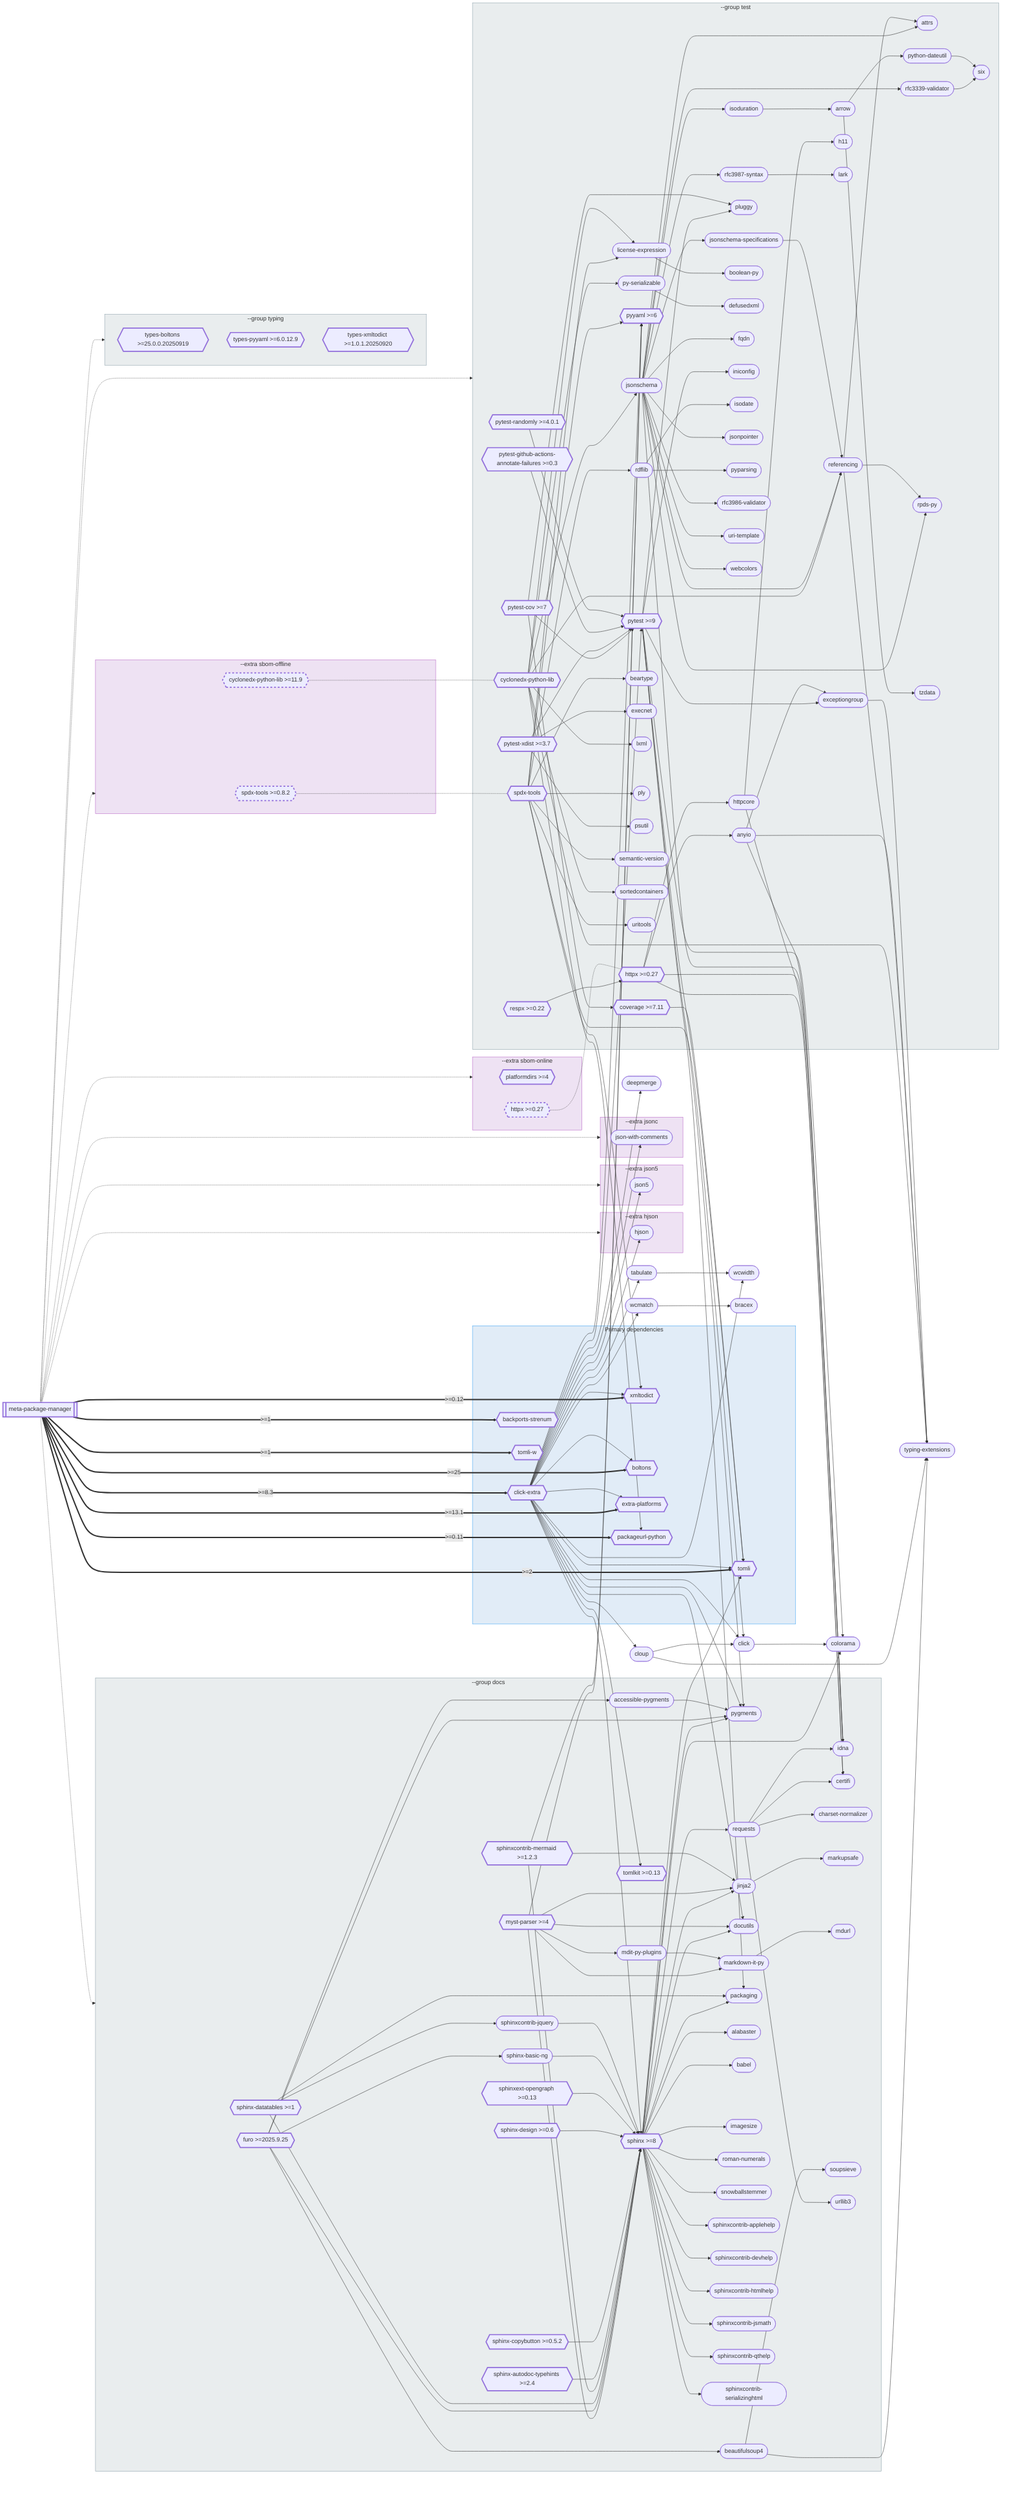
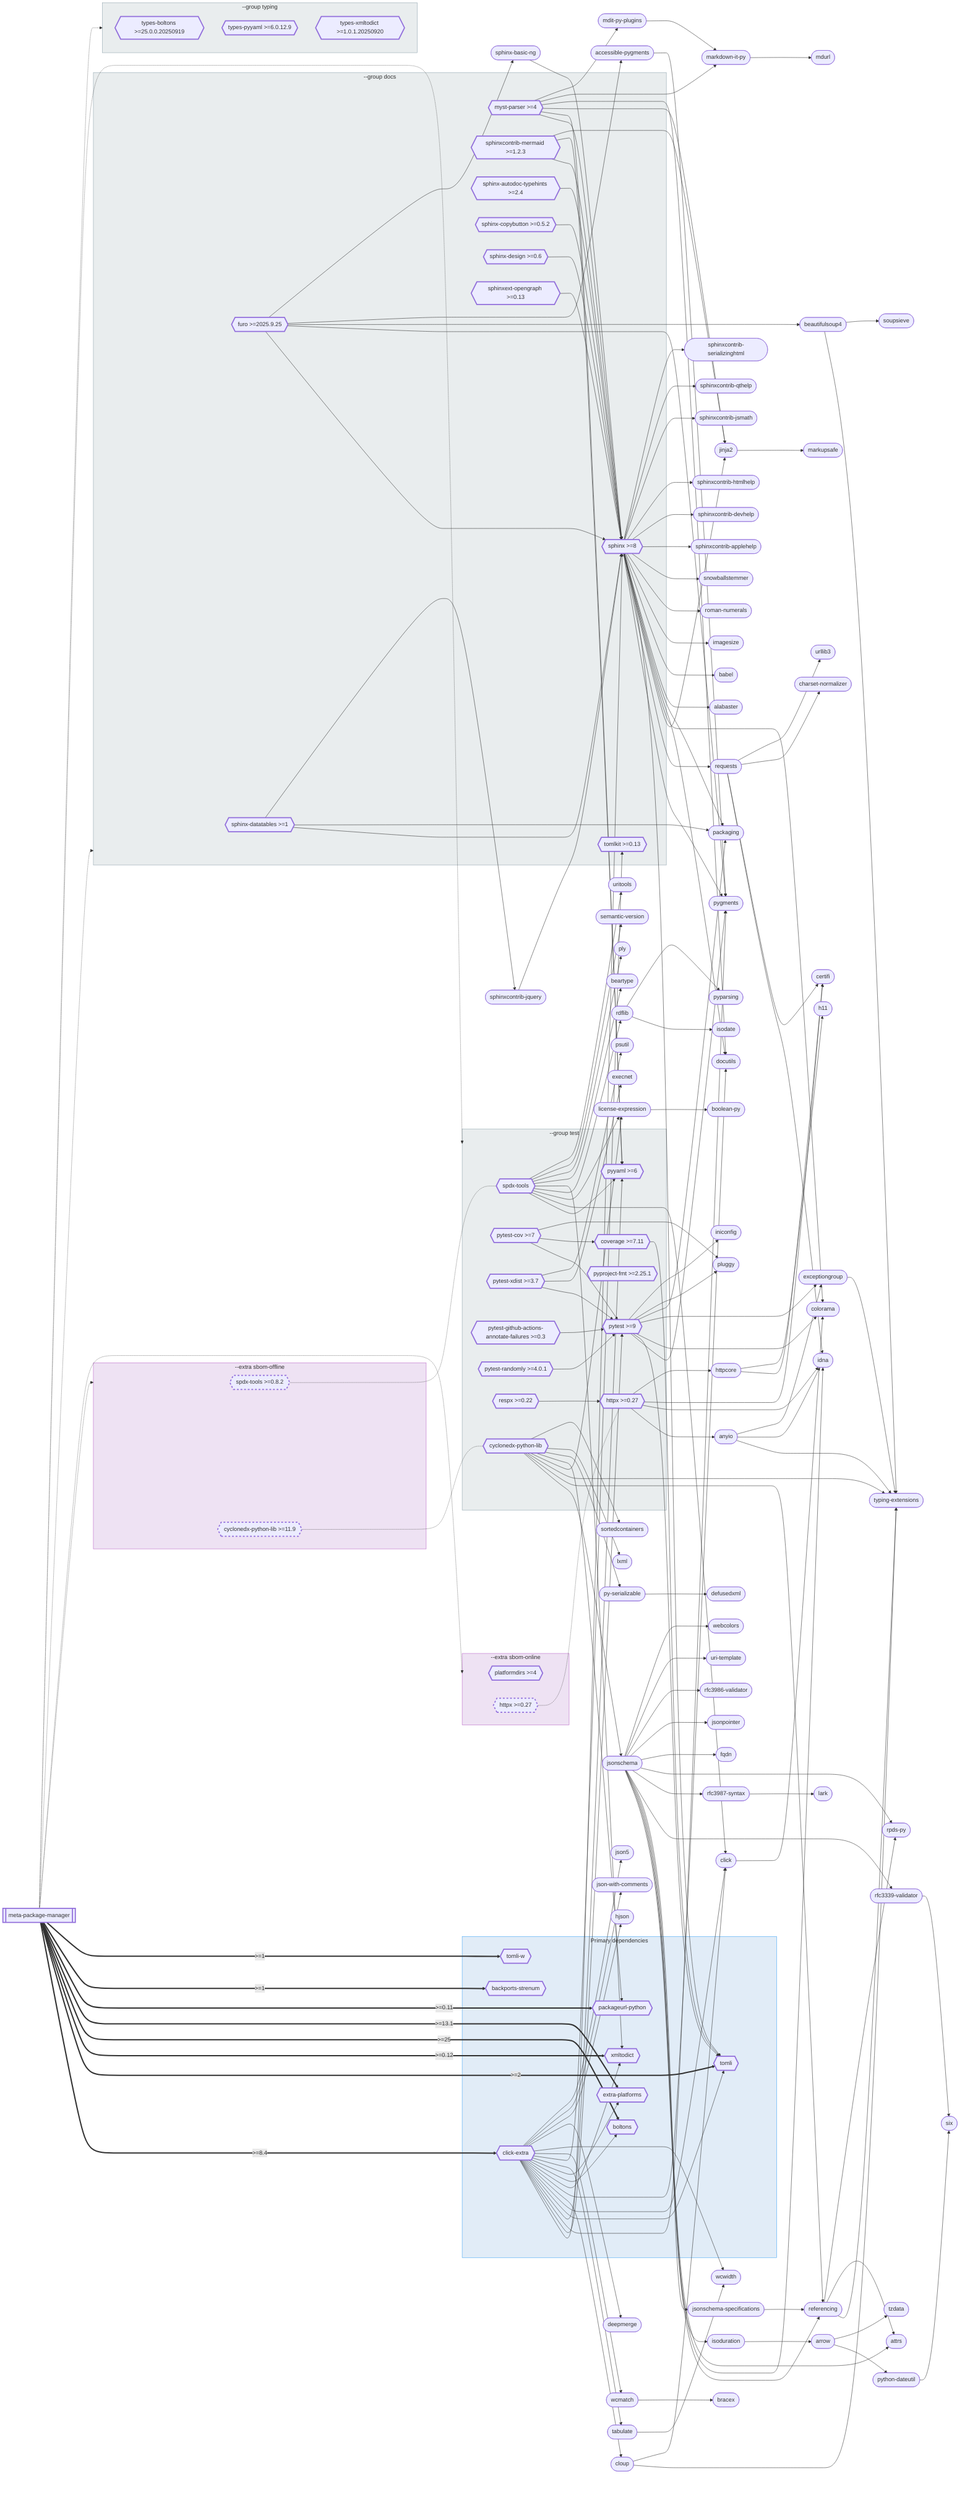
flowchart LR
    meta_package_manager[["`meta-package-manager`"]]

    subgraph primary-deps [Primary dependencies]
        click_extra{{"`click-extra`"}}
        tomli{{"`tomli`"}}
        xmltodict{{"`xmltodict`"}}
        boltons{{"`boltons`"}}
        extra_platforms{{"`extra-platforms`"}}
        packageurl_python{{"`packageurl-python`"}}
        backports_strenum{{"`backports-strenum`"}}
        tomli_w{{"`tomli-w`"}}
    end

+     jsonschema(["`jsonschema`"])
+     referencing(["`referencing`"])
    typing_extensions(["`typing-extensions`"])
+     pygments(["`pygments`"])
+     requests(["`requests`"])
+     anyio(["`anyio`"])
    click_0(["`click`"])
+     idna(["`idna`"])
+     jinja2(["`jinja2`"])
+     arrow(["`arrow`"])
+     beautifulsoup4(["`beautifulsoup4`"])
+     certifi(["`certifi`"])
    cloup(["`cloup`"])
    colorama(["`colorama`"])
+     docutils(["`docutils`"])
+     exceptiongroup(["`exceptiongroup`"])
+     httpcore(["`httpcore`"])
+     license_expression(["`license-expression`"])
+     markdown_it_py(["`markdown-it-py`"])
+     packaging(["`packaging`"])
+     rdflib(["`rdflib`"])
+     accessible_pygments(["`accessible-pygments`"])
+     attrs(["`attrs`"])
+     isoduration(["`isoduration`"])
+     jsonschema_specifications(["`jsonschema-specifications`"])
+     mdit_py_plugins(["`mdit-py-plugins`"])
+     pluggy(["`pluggy`"])
+     py_serializable(["`py-serializable`"])
+     python_dateutil(["`python-dateutil`"])
+     rfc3339_validator(["`rfc3339-validator`"])
+     rfc3987_syntax(["`rfc3987-syntax`"])
+     rpds_py(["`rpds-py`"])
+     six(["`six`"])
+     sphinx_basic_ng(["`sphinx-basic-ng`"])
+     sphinxcontrib_jquery(["`sphinxcontrib-jquery`"])
    tabulate(["`tabulate`"])
    wcmatch(["`wcmatch`"])
    wcwidth(["`wcwidth`"])
+     alabaster(["`alabaster`"])
+     babel(["`babel`"])
+     beartype(["`beartype`"])
+     boolean_py(["`boolean-py`"])
    bracex(["`bracex`"])
+     charset_normalizer(["`charset-normalizer`"])
    deepmerge(["`deepmerge`"])
- 
-     subgraph ext_hjson [--extra hjson]
-         hjson(["`hjson`"])
-     end
- 
-     subgraph ext_json5 [--extra json5]
-         json5(["`json5`"])
-     end
- 
-     subgraph ext_jsonc [--extra jsonc]
-         json_with_comments(["`json-with-comments`"])
-     end
+     defusedxml(["`defusedxml`"])
+     execnet(["`execnet`"])
+     fqdn(["`fqdn`"])
+     h11(["`h11`"])
+     hjson(["`hjson`"])
+     imagesize(["`imagesize`"])
+     iniconfig(["`iniconfig`"])
+     isodate(["`isodate`"])
+     json_with_comments(["`json-with-comments`"])
+     json5(["`json5`"])
+     jsonpointer(["`jsonpointer`"])
+     lark(["`lark`"])
+     lxml(["`lxml`"])
+     markupsafe(["`markupsafe`"])
+     mdurl(["`mdurl`"])
+     ply(["`ply`"])
+     psutil(["`psutil`"])
+     pyparsing(["`pyparsing`"])
+     rfc3986_validator(["`rfc3986-validator`"])
+     roman_numerals(["`roman-numerals`"])
+     semantic_version(["`semantic-version`"])
+     snowballstemmer(["`snowballstemmer`"])
+     sortedcontainers(["`sortedcontainers`"])
+     soupsieve(["`soupsieve`"])
+     sphinxcontrib_applehelp(["`sphinxcontrib-applehelp`"])
+     sphinxcontrib_devhelp(["`sphinxcontrib-devhelp`"])
+     sphinxcontrib_htmlhelp(["`sphinxcontrib-htmlhelp`"])
+     sphinxcontrib_jsmath(["`sphinxcontrib-jsmath`"])
+     sphinxcontrib_qthelp(["`sphinxcontrib-qthelp`"])
+     sphinxcontrib_serializinghtml(["`sphinxcontrib-serializinghtml`"])
+     tzdata(["`tzdata`"])
+     uri_template(["`uri-template`"])
+     uritools(["`uritools`"])
+     urllib3(["`urllib3`"])
+     webcolors(["`webcolors`"])

    subgraph ext_sbom-offline [--extra sbom-offline]
        ext_sbom-offline_spdx_tools{{"`spdx-tools >=0.8.2`"}}
        ext_sbom-offline_cyclonedx_python_lib{{"`cyclonedx-python-lib >=11.9`"}}
    end

    subgraph ext_sbom-online [--extra sbom-online]
        platformdirs{{"`platformdirs >=4`"}}
        ext_sbom-online_httpx{{"`httpx >=0.27`"}}
    end

    subgraph grp_docs [--group docs]
        sphinx{{"`sphinx >=8`"}}
        myst_parser{{"`myst-parser >=4`"}}
        furo{{"`furo >=2025.9.25`"}}
-         pygments(["`pygments`"])
-         requests(["`requests`"])
-         idna(["`idna`"])
-         jinja2(["`jinja2`"])
        sphinx_datatables{{"`sphinx-datatables >=1`"}}
        sphinxcontrib_mermaid{{"`sphinxcontrib-mermaid >=1.2.3`"}}
-         beautifulsoup4(["`beautifulsoup4`"])
-         certifi(["`certifi`"])
-         docutils(["`docutils`"])
-         markdown_it_py(["`markdown-it-py`"])
-         packaging(["`packaging`"])
-         accessible_pygments(["`accessible-pygments`"])
-         mdit_py_plugins(["`mdit-py-plugins`"])
        sphinx_autodoc_typehints{{"`sphinx-autodoc-typehints >=2.4`"}}
-         sphinx_basic_ng(["`sphinx-basic-ng`"])
        sphinx_copybutton{{"`sphinx-copybutton >=0.5.2`"}}
        sphinx_design{{"`sphinx-design >=0.6`"}}
-         sphinxcontrib_jquery(["`sphinxcontrib-jquery`"])
        sphinxext_opengraph{{"`sphinxext-opengraph >=0.13`"}}
        tomlkit{{"`tomlkit >=0.13`"}}
-         alabaster(["`alabaster`"])
-         babel(["`babel`"])
-         charset_normalizer(["`charset-normalizer`"])
-         imagesize(["`imagesize`"])
-         markupsafe(["`markupsafe`"])
-         mdurl(["`mdurl`"])
-         roman_numerals(["`roman-numerals`"])
-         snowballstemmer(["`snowballstemmer`"])
-         soupsieve(["`soupsieve`"])
-         sphinxcontrib_applehelp(["`sphinxcontrib-applehelp`"])
-         sphinxcontrib_devhelp(["`sphinxcontrib-devhelp`"])
-         sphinxcontrib_htmlhelp(["`sphinxcontrib-htmlhelp`"])
-         sphinxcontrib_jsmath(["`sphinxcontrib-jsmath`"])
-         sphinxcontrib_qthelp(["`sphinxcontrib-qthelp`"])
-         sphinxcontrib_serializinghtml(["`sphinxcontrib-serializinghtml`"])
-         urllib3(["`urllib3`"])
    end

    subgraph grp_test [--group test]
-         jsonschema(["`jsonschema`"])
        pytest{{"`pytest >=9`"}}
        spdx_tools{{"`spdx-tools`"}}
        cyclonedx_python_lib{{"`cyclonedx-python-lib`"}}
        httpx{{"`httpx >=0.27`"}}
-         referencing(["`referencing`"])
        pyyaml{{"`pyyaml >=6`"}}
-         anyio(["`anyio`"])
        pytest_cov{{"`pytest-cov >=7`"}}
        pytest_xdist{{"`pytest-xdist >=3.7`"}}
-         arrow(["`arrow`"])
        coverage{{"`coverage >=7.11`"}}
-         exceptiongroup(["`exceptiongroup`"])
-         httpcore(["`httpcore`"])
-         license_expression(["`license-expression`"])
-         rdflib(["`rdflib`"])
-         attrs(["`attrs`"])
-         isoduration(["`isoduration`"])
-         jsonschema_specifications(["`jsonschema-specifications`"])
-         pluggy(["`pluggy`"])
-         py_serializable(["`py-serializable`"])
        pytest_github_actions_annotate_failures{{"`pytest-github-actions-annotate-failures >=0.3`"}}
        pytest_randomly{{"`pytest-randomly >=4.0.1`"}}
-         python_dateutil(["`python-dateutil`"])
        respx{{"`respx >=0.22`"}}
-         rfc3339_validator(["`rfc3339-validator`"])
-         rfc3987_syntax(["`rfc3987-syntax`"])
-         rpds_py(["`rpds-py`"])
-         six(["`six`"])
-         beartype(["`beartype`"])
-         boolean_py(["`boolean-py`"])
-         defusedxml(["`defusedxml`"])
-         execnet(["`execnet`"])
-         fqdn(["`fqdn`"])
-         h11(["`h11`"])
-         iniconfig(["`iniconfig`"])
-         isodate(["`isodate`"])
-         jsonpointer(["`jsonpointer`"])
-         lark(["`lark`"])
-         lxml(["`lxml`"])
-         ply(["`ply`"])
-         psutil(["`psutil`"])
-         pyparsing(["`pyparsing`"])
-         rfc3986_validator(["`rfc3986-validator`"])
-         semantic_version(["`semantic-version`"])
-         sortedcontainers(["`sortedcontainers`"])
-         tzdata(["`tzdata`"])
-         uri_template(["`uri-template`"])
-         uritools(["`uritools`"])
-         webcolors(["`webcolors`"])
+         pyproject_fmt{{"`pyproject-fmt >=2.25.1`"}}
    end

    subgraph grp_typing [--group typing]
        types_boltons{{"`types-boltons >=25.0.0.20250919`"}}
        types_pyyaml{{"`types-pyyaml >=6.0.12.9`"}}
        types_xmltodict{{"`types-xmltodict >=1.0.1.20250920`"}}
    end

-     meta_package_manager ==>|" >=8.3 "| click_extra
+     meta_package_manager ==>|" >=8.4 "| click_extra
    meta_package_manager ==>|" >=2 "| tomli
    meta_package_manager ==>|" >=0.12 "| xmltodict
    meta_package_manager ==>|" >=25 "| boltons
    meta_package_manager ==>|" >=13.1 "| extra_platforms
    meta_package_manager ==>|" >=0.11 "| packageurl_python
    meta_package_manager ==>|" >=1 "| backports_strenum
    meta_package_manager ==>|" >=1 "| tomli_w
    sphinx --> pygments
    sphinx --> requests
    sphinx --> tomli
    sphinx --> jinja2
    sphinx --> colorama
    sphinx --> docutils
    sphinx --> packaging
    sphinx --> alabaster
    sphinx --> babel
    sphinx --> imagesize
    sphinx --> roman_numerals
    sphinx --> snowballstemmer
    sphinx --> sphinxcontrib_applehelp
    sphinx --> sphinxcontrib_devhelp
    sphinx --> sphinxcontrib_htmlhelp
    sphinx --> sphinxcontrib_jsmath
    sphinx --> sphinxcontrib_qthelp
    sphinx --> sphinxcontrib_serializinghtml
    click_extra --> sphinx
    click_extra --> pytest
    click_extra --> pygments
    click_extra --> pyyaml
    click_extra --> tomli
    click_extra --> click_0
    click_extra --> cloup
    click_extra --> docutils
    click_extra --> xmltodict
    click_extra --> boltons
    click_extra --> extra_platforms
-     click_extra --> hjson
-     click_extra --> json_with_comments
-     click_extra --> json5
    click_extra --> tabulate
    click_extra --> tomlkit
    click_extra --> wcmatch
    click_extra --> wcwidth
    click_extra --> deepmerge
+     click_extra --> hjson
+     click_extra --> json_with_comments
+     click_extra --> json5
    pytest --> pygments
    pytest --> tomli
    pytest --> colorama
    pytest --> exceptiongroup
    pytest --> packaging
    pytest --> pluggy
    pytest --> iniconfig
    spdx_tools --> pyyaml
    spdx_tools --> click_0
    spdx_tools --> license_expression
    spdx_tools --> rdflib
    spdx_tools --> xmltodict
    spdx_tools --> beartype
    spdx_tools --> ply
    spdx_tools --> semantic_version
    spdx_tools --> uritools
    cyclonedx_python_lib --> jsonschema
    cyclonedx_python_lib --> referencing
    cyclonedx_python_lib --> typing_extensions
    cyclonedx_python_lib --> license_expression
    cyclonedx_python_lib --> packageurl_python
    cyclonedx_python_lib --> py_serializable
    cyclonedx_python_lib --> lxml
    cyclonedx_python_lib --> sortedcontainers
    myst_parser --> sphinx
    myst_parser --> pyyaml
    myst_parser --> jinja2
    myst_parser --> docutils
    myst_parser --> markdown_it_py
    myst_parser --> mdit_py_plugins
    furo --> sphinx
    furo --> pygments
    furo --> beautifulsoup4
    furo --> accessible_pygments
    furo --> sphinx_basic_ng
    httpx --> anyio
    httpx --> idna
    httpx --> certifi
    httpx --> httpcore
    pytest_cov --> pytest
    pytest_cov --> coverage
    pytest_cov --> pluggy
    pytest_xdist --> pytest
    pytest_xdist --> execnet
    pytest_xdist --> psutil
    sphinx_datatables --> sphinx
    sphinx_datatables --> packaging
    sphinx_datatables --> sphinxcontrib_jquery
    sphinxcontrib_mermaid --> sphinx
    sphinxcontrib_mermaid --> pyyaml
    sphinxcontrib_mermaid --> jinja2
    coverage --> tomli
    pytest_github_actions_annotate_failures --> pytest
    pytest_randomly --> pytest
    respx --> httpx
    sphinx_autodoc_typehints --> sphinx
    sphinx_copybutton --> sphinx
    sphinx_design --> sphinx
    sphinxext_opengraph --> sphinx
    jsonschema --> referencing
    jsonschema --> idna
    jsonschema --> attrs
    jsonschema --> isoduration
    jsonschema --> jsonschema_specifications
    jsonschema --> rfc3339_validator
    jsonschema --> rfc3987_syntax
    jsonschema --> rpds_py
    jsonschema --> fqdn
    jsonschema --> jsonpointer
    jsonschema --> rfc3986_validator
    jsonschema --> uri_template
    jsonschema --> webcolors
    referencing --> typing_extensions
    referencing --> attrs
    referencing --> rpds_py
    requests --> idna
    requests --> certifi
    requests --> charset_normalizer
    requests --> urllib3
    anyio --> typing_extensions
    anyio --> idna
    anyio --> exceptiongroup
    click_0 --> colorama
    jinja2 --> markupsafe
    beautifulsoup4 --> typing_extensions
    beautifulsoup4 --> soupsieve
    cloup --> typing_extensions
    cloup --> click_0
    exceptiongroup --> typing_extensions
    httpcore --> certifi
    httpcore --> h11
    license_expression --> boolean_py
    markdown_it_py --> mdurl
    rdflib --> isodate
    rdflib --> pyparsing
    accessible_pygments --> pygments
    mdit_py_plugins --> markdown_it_py
    py_serializable --> defusedxml
    sphinx_basic_ng --> sphinx
    sphinxcontrib_jquery --> sphinx
    tabulate --> wcwidth
    wcmatch --> bracex
    isoduration --> arrow
    jsonschema_specifications --> referencing
    rfc3339_validator --> six
    rfc3987_syntax --> lark
    arrow --> python_dateutil
    arrow --> tzdata
    python_dateutil --> six
-     meta_package_manager -.-> ext_hjson
-     meta_package_manager -.-> ext_json5
-     meta_package_manager -.-> ext_jsonc
    meta_package_manager -.-> ext_sbom-offline
    meta_package_manager -.-> ext_sbom-online
    meta_package_manager -.-> grp_docs
    meta_package_manager -.-> grp_test
    meta_package_manager -.-> grp_typing
    ext_sbom-offline_spdx_tools -.- spdx_tools
    ext_sbom-offline_cyclonedx_python_lib -.- cyclonedx_python_lib
    ext_sbom-online_httpx -.- httpx

    click accessible_pygments "https://pypi.org/project/accessible-pygments/" _blank
    click alabaster "https://pypi.org/project/alabaster/" _blank
    click anyio "https://pypi.org/project/anyio/" _blank
    click arrow "https://pypi.org/project/arrow/" _blank
    click attrs "https://pypi.org/project/attrs/" _blank
    click babel "https://pypi.org/project/babel/" _blank
    click backports_strenum "https://pypi.org/project/backports-strenum/" _blank
    click beartype "https://pypi.org/project/beartype/" _blank
    click beautifulsoup4 "https://pypi.org/project/beautifulsoup4/" _blank
    click boltons "https://pypi.org/project/boltons/" _blank
    click boolean_py "https://pypi.org/project/boolean-py/" _blank
    click bracex "https://pypi.org/project/bracex/" _blank
    click certifi "https://pypi.org/project/certifi/" _blank
    click charset_normalizer "https://pypi.org/project/charset-normalizer/" _blank
    click click_0 "https://pypi.org/project/click/" _blank
    click click_extra "https://pypi.org/project/click-extra/" _blank
    click cloup "https://pypi.org/project/cloup/" _blank
    click colorama "https://pypi.org/project/colorama/" _blank
    click coverage "https://pypi.org/project/coverage/" _blank
    click cyclonedx_python_lib "https://pypi.org/project/cyclonedx-python-lib/" _blank
    click deepmerge "https://pypi.org/project/deepmerge/" _blank
    click defusedxml "https://pypi.org/project/defusedxml/" _blank
    click docutils "https://pypi.org/project/docutils/" _blank
    click exceptiongroup "https://pypi.org/project/exceptiongroup/" _blank
    click execnet "https://pypi.org/project/execnet/" _blank
    click extra_platforms "https://pypi.org/project/extra-platforms/" _blank
    click fqdn "https://pypi.org/project/fqdn/" _blank
    click furo "https://pypi.org/project/furo/" _blank
    click h11 "https://pypi.org/project/h11/" _blank
    click hjson "https://pypi.org/project/hjson/" _blank
    click httpcore "https://pypi.org/project/httpcore/" _blank
    click httpx "https://pypi.org/project/httpx/" _blank
    click idna "https://pypi.org/project/idna/" _blank
    click imagesize "https://pypi.org/project/imagesize/" _blank
    click iniconfig "https://pypi.org/project/iniconfig/" _blank
    click isodate "https://pypi.org/project/isodate/" _blank
    click isoduration "https://pypi.org/project/isoduration/" _blank
    click jinja2 "https://pypi.org/project/jinja2/" _blank
    click json_with_comments "https://pypi.org/project/json-with-comments/" _blank
    click json5 "https://pypi.org/project/json5/" _blank
    click jsonpointer "https://pypi.org/project/jsonpointer/" _blank
    click jsonschema "https://pypi.org/project/jsonschema/" _blank
    click jsonschema_specifications "https://pypi.org/project/jsonschema-specifications/" _blank
    click lark "https://pypi.org/project/lark/" _blank
    click license_expression "https://pypi.org/project/license-expression/" _blank
    click lxml "https://pypi.org/project/lxml/" _blank
    click markdown_it_py "https://pypi.org/project/markdown-it-py/" _blank
    click markupsafe "https://pypi.org/project/markupsafe/" _blank
    click mdit_py_plugins "https://pypi.org/project/mdit-py-plugins/" _blank
    click mdurl "https://pypi.org/project/mdurl/" _blank
    click meta_package_manager "https://pypi.org/project/meta-package-manager/" _blank
    click myst_parser "https://pypi.org/project/myst-parser/" _blank
    click packageurl_python "https://pypi.org/project/packageurl-python/" _blank
    click packaging "https://pypi.org/project/packaging/" _blank
    click platformdirs "https://pypi.org/project/platformdirs/" _blank
    click pluggy "https://pypi.org/project/pluggy/" _blank
    click ply "https://pypi.org/project/ply/" _blank
    click psutil "https://pypi.org/project/psutil/" _blank
    click py_serializable "https://pypi.org/project/py-serializable/" _blank
    click pygments "https://pypi.org/project/pygments/" _blank
    click pyparsing "https://pypi.org/project/pyparsing/" _blank
+     click pyproject_fmt "https://pypi.org/project/pyproject-fmt/" _blank
    click pytest "https://pypi.org/project/pytest/" _blank
    click pytest_cov "https://pypi.org/project/pytest-cov/" _blank
    click pytest_github_actions_annotate_failures "https://pypi.org/project/pytest-github-actions-annotate-failures/" _blank
    click pytest_randomly "https://pypi.org/project/pytest-randomly/" _blank
    click pytest_xdist "https://pypi.org/project/pytest-xdist/" _blank
    click python_dateutil "https://pypi.org/project/python-dateutil/" _blank
    click pyyaml "https://pypi.org/project/pyyaml/" _blank
    click rdflib "https://pypi.org/project/rdflib/" _blank
    click referencing "https://pypi.org/project/referencing/" _blank
    click requests "https://pypi.org/project/requests/" _blank
    click respx "https://pypi.org/project/respx/" _blank
    click rfc3339_validator "https://pypi.org/project/rfc3339-validator/" _blank
    click rfc3986_validator "https://pypi.org/project/rfc3986-validator/" _blank
    click rfc3987_syntax "https://pypi.org/project/rfc3987-syntax/" _blank
    click roman_numerals "https://pypi.org/project/roman-numerals/" _blank
    click rpds_py "https://pypi.org/project/rpds-py/" _blank
    click semantic_version "https://pypi.org/project/semantic-version/" _blank
    click six "https://pypi.org/project/six/" _blank
    click snowballstemmer "https://pypi.org/project/snowballstemmer/" _blank
    click sortedcontainers "https://pypi.org/project/sortedcontainers/" _blank
    click soupsieve "https://pypi.org/project/soupsieve/" _blank
    click spdx_tools "https://pypi.org/project/spdx-tools/" _blank
    click sphinx "https://pypi.org/project/sphinx/" _blank
    click sphinx_autodoc_typehints "https://pypi.org/project/sphinx-autodoc-typehints/" _blank
    click sphinx_basic_ng "https://pypi.org/project/sphinx-basic-ng/" _blank
    click sphinx_copybutton "https://pypi.org/project/sphinx-copybutton/" _blank
    click sphinx_datatables "https://pypi.org/project/sphinx-datatables/" _blank
    click sphinx_design "https://pypi.org/project/sphinx-design/" _blank
    click sphinxcontrib_applehelp "https://pypi.org/project/sphinxcontrib-applehelp/" _blank
    click sphinxcontrib_devhelp "https://pypi.org/project/sphinxcontrib-devhelp/" _blank
    click sphinxcontrib_htmlhelp "https://pypi.org/project/sphinxcontrib-htmlhelp/" _blank
    click sphinxcontrib_jquery "https://pypi.org/project/sphinxcontrib-jquery/" _blank
    click sphinxcontrib_jsmath "https://pypi.org/project/sphinxcontrib-jsmath/" _blank
    click sphinxcontrib_mermaid "https://pypi.org/project/sphinxcontrib-mermaid/" _blank
    click sphinxcontrib_qthelp "https://pypi.org/project/sphinxcontrib-qthelp/" _blank
    click sphinxcontrib_serializinghtml "https://pypi.org/project/sphinxcontrib-serializinghtml/" _blank
    click sphinxext_opengraph "https://pypi.org/project/sphinxext-opengraph/" _blank
    click tabulate "https://pypi.org/project/tabulate/" _blank
    click tomli "https://pypi.org/project/tomli/" _blank
    click tomli_w "https://pypi.org/project/tomli-w/" _blank
    click tomlkit "https://pypi.org/project/tomlkit/" _blank
    click types_boltons "https://pypi.org/project/types-boltons/" _blank
    click types_pyyaml "https://pypi.org/project/types-pyyaml/" _blank
    click types_xmltodict "https://pypi.org/project/types-xmltodict/" _blank
    click typing_extensions "https://pypi.org/project/typing-extensions/" _blank
    click tzdata "https://pypi.org/project/tzdata/" _blank
    click uri_template "https://pypi.org/project/uri-template/" _blank
    click uritools "https://pypi.org/project/uritools/" _blank
    click urllib3 "https://pypi.org/project/urllib3/" _blank
    click wcmatch "https://pypi.org/project/wcmatch/" _blank
    click wcwidth "https://pypi.org/project/wcwidth/" _blank
    click webcolors "https://pypi.org/project/webcolors/" _blank
    click xmltodict "https://pypi.org/project/xmltodict/" _blank
    click ext_sbom-offline_spdx_tools "https://pypi.org/project/spdx-tools/" _blank
    click ext_sbom-offline_cyclonedx_python_lib "https://pypi.org/project/cyclonedx-python-lib/" _blank
    click ext_sbom-online_httpx "https://pypi.org/project/httpx/" _blank

    style meta_package_manager stroke-width:3px
    style backports_strenum stroke-width:3px
    style boltons stroke-width:3px
    style click_extra stroke-width:3px
    style coverage stroke-width:3px
    style cyclonedx_python_lib stroke-width:3px
    style extra_platforms stroke-width:3px
    style furo stroke-width:3px
    style httpx stroke-width:3px
    style myst_parser stroke-width:3px
    style packageurl_python stroke-width:3px
    style platformdirs stroke-width:3px
+     style pyproject_fmt stroke-width:3px
    style pytest stroke-width:3px
    style pytest_cov stroke-width:3px
    style pytest_github_actions_annotate_failures stroke-width:3px
    style pytest_randomly stroke-width:3px
    style pytest_xdist stroke-width:3px
    style pyyaml stroke-width:3px
    style respx stroke-width:3px
    style spdx_tools stroke-width:3px
    style sphinx stroke-width:3px
    style sphinx_autodoc_typehints stroke-width:3px
    style sphinx_copybutton stroke-width:3px
    style sphinx_datatables stroke-width:3px
    style sphinx_design stroke-width:3px
    style sphinxcontrib_mermaid stroke-width:3px
    style sphinxext_opengraph stroke-width:3px
    style tomli stroke-width:3px
    style tomli_w stroke-width:3px
    style tomlkit stroke-width:3px
    style types_boltons stroke-width:3px
    style types_pyyaml stroke-width:3px
    style types_xmltodict stroke-width:3px
    style xmltodict stroke-width:3px
    style ext_sbom-offline_spdx_tools stroke-width:3px,stroke-dasharray:5 5
    style ext_sbom-offline_cyclonedx_python_lib stroke-width:3px,stroke-dasharray:5 5
    style ext_sbom-online_httpx stroke-width:3px,stroke-dasharray:5 5

    style primary-deps fill:#1565C020,stroke:#42A5F5
-     style ext_hjson fill:#7B1FA220,stroke:#BA68C8
-     style ext_json5 fill:#7B1FA220,stroke:#BA68C8
-     style ext_jsonc fill:#7B1FA220,stroke:#BA68C8
    style ext_sbom-offline fill:#7B1FA220,stroke:#BA68C8
    style ext_sbom-online fill:#7B1FA220,stroke:#BA68C8
    style grp_docs fill:#546E7A20,stroke:#90A4AE
    style grp_test fill:#546E7A20,stroke:#90A4AE
    style grp_typing fill:#546E7A20,stroke:#90A4AE
